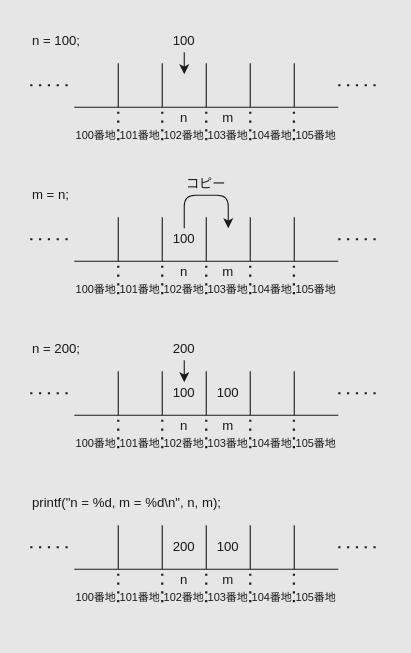
Above: page "copy" (1 of 5) of src/pointer/index.drawio in tuatmcc/ClangWorkShop (draw.io), before the change. Source tidied: cells renumbered, new cells numbered last; positions are measured from the earlier drawing's top-left corner, leaving out a move shared by most shapes. Both pictures are drawn from the tidied source at 110%, with x=0, y=0 at pixel (30, 30).
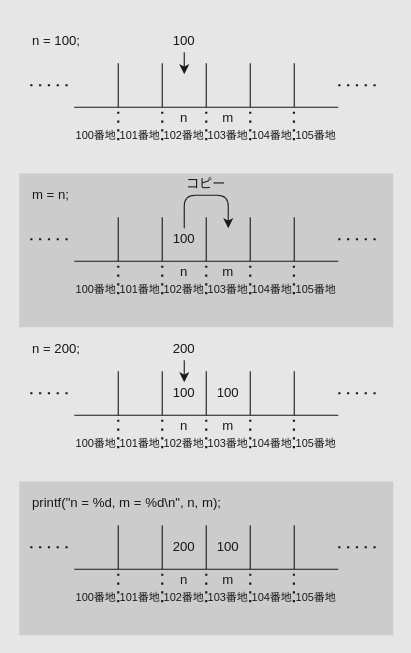
Above is the later version.

The edit, as a diff of the source:
```diff
@@
+    <mxCell id="101" style="rounded=0;whiteSpace=wrap;html=1;strokeColor=none;fillColor=#CCCCCC;" parent="1" vertex="1">
+      <mxGeometry x="-10" y="410" width="340" height="140" as="geometry" />
+    </mxCell>
+    <mxCell id="102" style="rounded=0;whiteSpace=wrap;html=1;strokeColor=none;fillColor=#E6E6E6;" parent="1" vertex="1">
+      <mxGeometry x="-10" y="270" width="340" height="140" as="geometry" />
+    </mxCell>
+    <mxCell id="103" style="rounded=0;whiteSpace=wrap;html=1;strokeColor=none;fillColor=#CCCCCC;" parent="1" vertex="1">
+      <mxGeometry x="-10" y="130" width="340" height="140" as="geometry" />
+    </mxCell>
+    <mxCell id="104" style="rounded=0;whiteSpace=wrap;html=1;strokeColor=none;fillColor=#E6E6E6;" parent="1" vertex="1">
+      <mxGeometry x="-10" y="-10" width="340" height="140" as="geometry" />
+    </mxCell>
```
